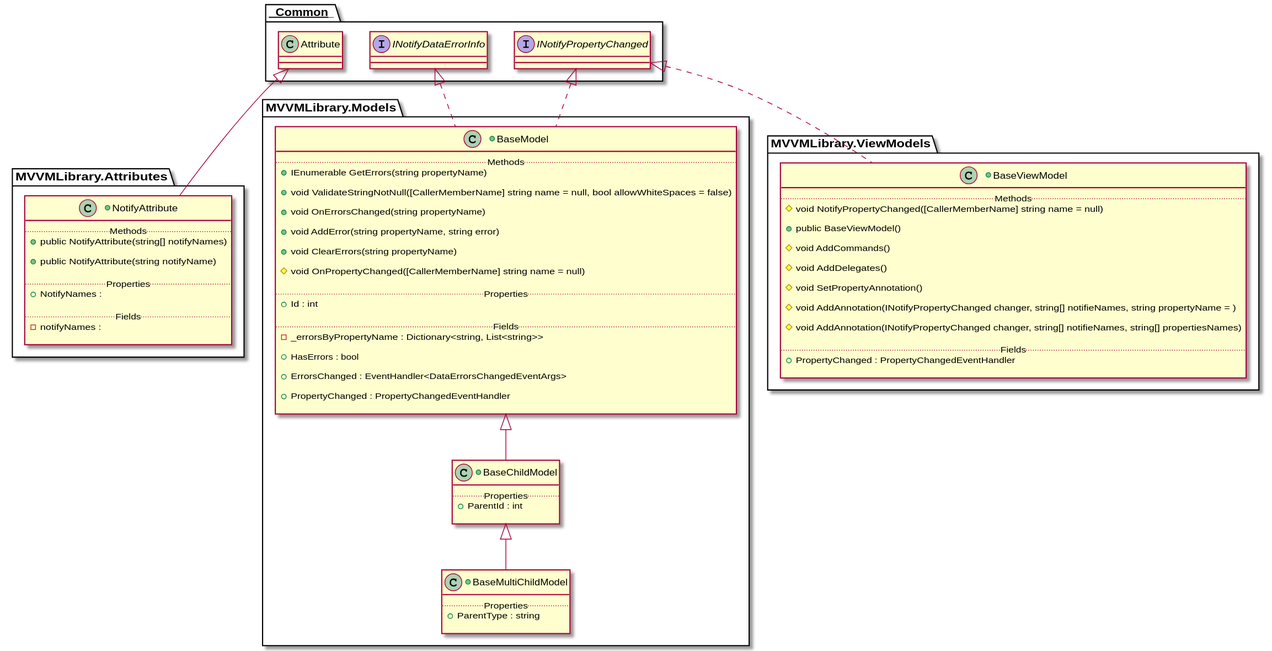
HMTools/MVVMLibrary keeps this PlantUML diagram as ReadmeResources/MVVMLibraryUML.svg. Above is the earlier version. Its diagram source:
```plantuml
@startuml

namespace MVVMLibrary.Attributes {
	class NotifyAttribute extends ___Common___.Attribute
	+class NotifyAttribute {
	.. Methods ..
		+public NotifyAttribute(string[] notifyNames)

		+public NotifyAttribute(string notifyName)

	.. Properties ..
		+NotifyNames :

	.. Fields ..
		-notifyNames :

	}

}
namespace MVVMLibrary.Models {
	class BaseChildModel extends MVVMLibrary.Models.BaseModel
	+class BaseChildModel {
	.. Properties ..
		+ParentId : int

	}

	class BaseModel implements ___Common___.INotifyPropertyChanged
	class BaseModel implements ___Common___.INotifyDataErrorInfo
	+class BaseModel {
	.. Methods ..
		+IEnumerable GetErrors(string propertyName)

		+void ValidateStringNotNull([CallerMemberName] string name = null, bool allowWhiteSpaces = false)

		+void OnErrorsChanged(string propertyName)

		+void AddError(string propertyName, string error)

		+void ClearErrors(string propertyName)

		#void OnPropertyChanged([CallerMemberName] string name = null)

	.. Properties ..
		+Id : int

	.. Fields ..
		-_errorsByPropertyName : Dictionary<string, List<string>>

		+HasErrors : bool

		+ErrorsChanged : EventHandler<DataErrorsChangedEventArgs>

		+PropertyChanged : PropertyChangedEventHandler

	}

	class BaseMultiChildModel extends MVVMLibrary.Models.BaseChildModel
	+class BaseMultiChildModel {
	.. Properties ..
		+ParentType : string

	}

}
namespace MVVMLibrary.ViewModels {
	class BaseViewModel implements ___Common___.INotifyPropertyChanged
	+class BaseViewModel {
	.. Methods ..
		#void NotifyPropertyChanged([CallerMemberName] string name = null)

		+public BaseViewModel()

		#void AddCommands()

		#void AddDelegates()

		#void SetPropertyAnnotation()

		#void AddAnnotation(INotifyPropertyChanged changer, string[] notifieNames, string propertyName = )

		#void AddAnnotation(INotifyPropertyChanged changer, string[] notifieNames, string[] propertiesNames)

	.. Fields ..
		+PropertyChanged : PropertyChangedEventHandler

	}

}
@enduml
```
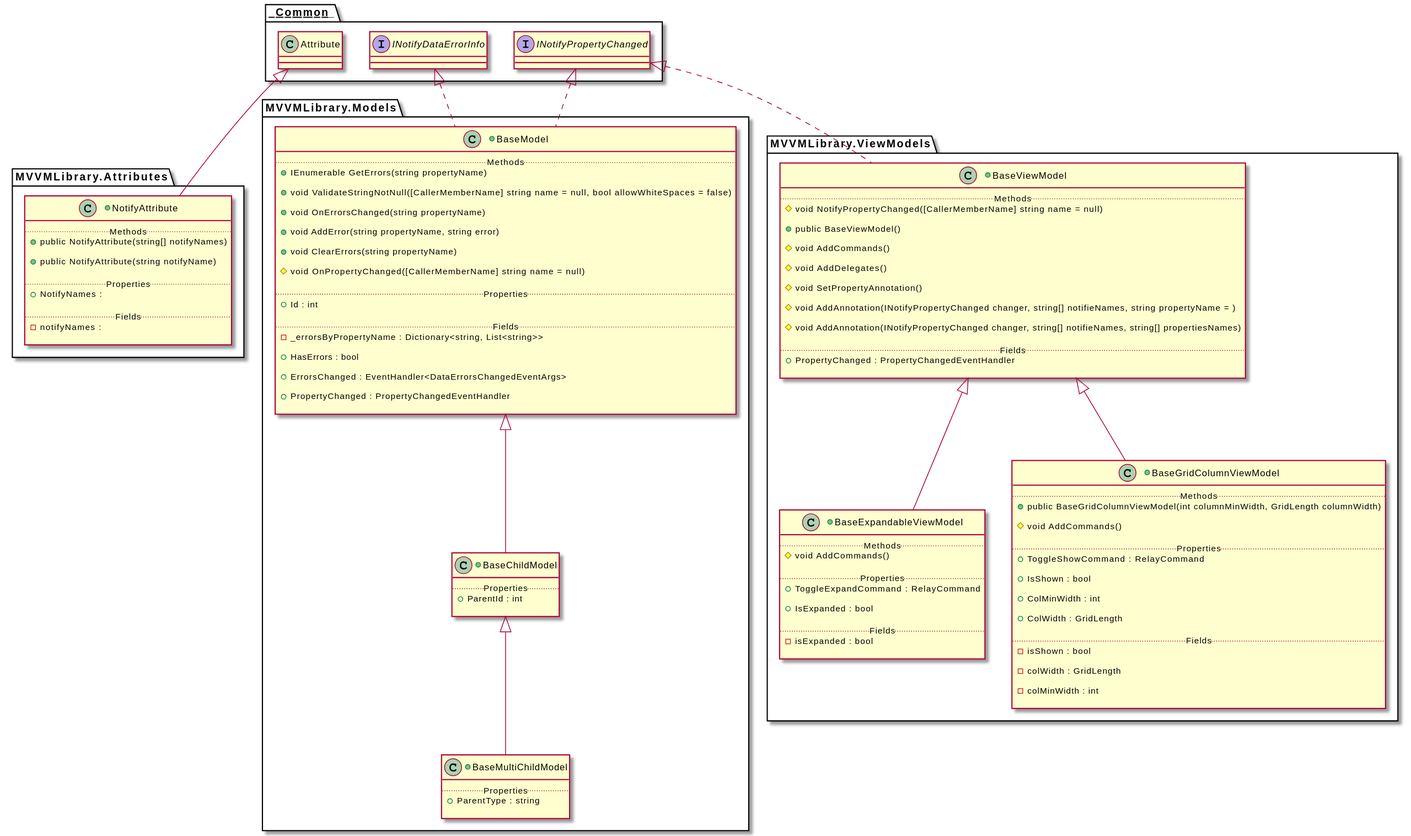
After the commit.

What changed in the source:
```diff
@@ -64,6 +64,46 @@
 
 }
 namespace MVVMLibrary.ViewModels {
+	class BaseExpandableViewModel extends MVVMLibrary.ViewModels.BaseViewModel
+	+class BaseExpandableViewModel {
+	.. Methods ..
+		#void AddCommands()
+
+	.. Properties ..
+		+ToggleExpandCommand : RelayCommand
+
+		+IsExpanded : bool
+
+	.. Fields ..
+		-isExpanded : bool
+
+	}
+
+	class BaseGridColumnViewModel extends MVVMLibrary.ViewModels.BaseViewModel
+	+class BaseGridColumnViewModel {
+	.. Methods ..
+		+public BaseGridColumnViewModel(int columnMinWidth, GridLength columnWidth)
+
+		#void AddCommands()
+
+	.. Properties ..
+		+ToggleShowCommand : RelayCommand
+
+		+IsShown : bool
+
+		+ColMinWidth : int
+
+		+ColWidth : GridLength
+
+	.. Fields ..
+		-isShown : bool
+
+		-colWidth : GridLength
+
+		-colMinWidth : int
+
+	}
+
 	class BaseViewModel implements ___Common___.INotifyPropertyChanged
 	+class BaseViewModel {
 	.. Methods ..
```
